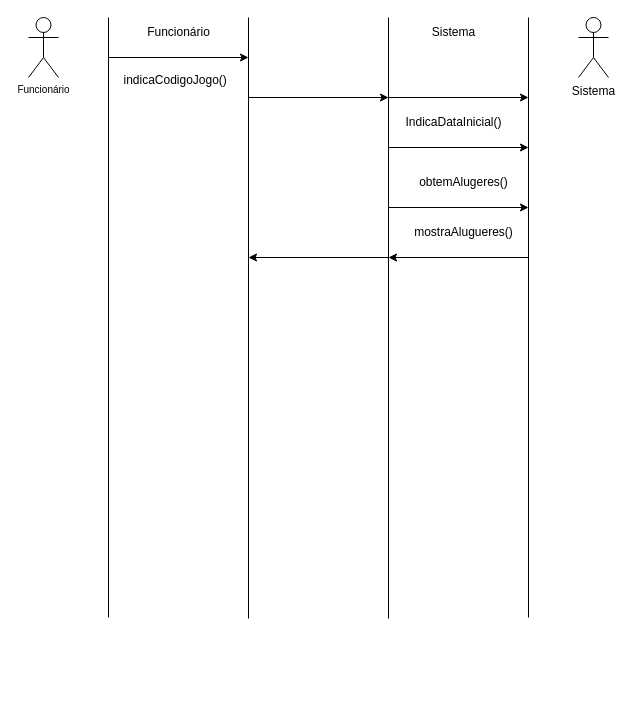
This is ssd5.drawio from luccamarshall/DCO, a draw.io file, before an edit. Source tidied: cells renumbered, new cells numbered last; positions are measured from the earlier drawing's top-left corner, leaving out a move shared by most shapes. Both pictures are drawn from the tidied source at 100%, with x=0, y=0 at pixel (28, 17).
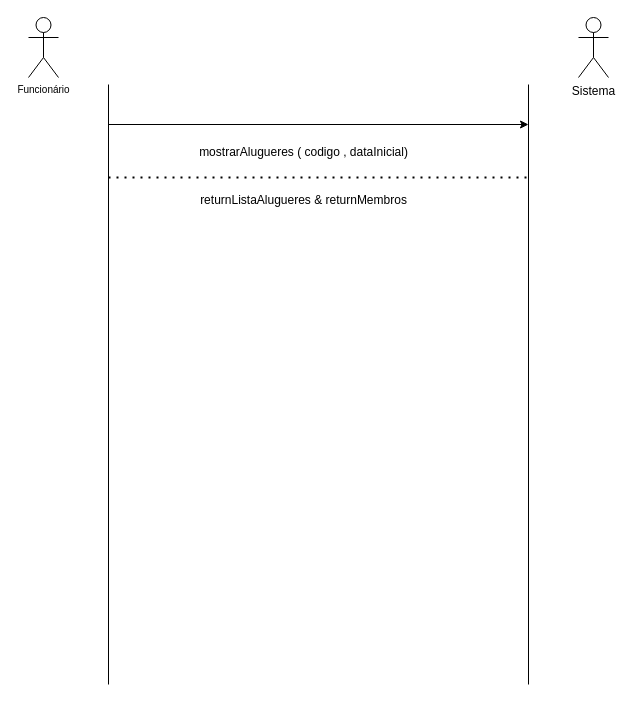
After the change.

Change to the diagram source:
```diff
@@
     <mxCell id="4" style="endArrow=none;html=1;rounded=0;" parent="1" edge="1">
       <mxGeometry relative="1" as="geometry">
-        <mxPoint x="80" y="600" as="sourcePoint" />
-        <mxPoint x="80" as="targetPoint" />
+        <mxPoint x="80" y="667" as="sourcePoint" />
+        <mxPoint x="80" y="67" as="targetPoint" />
       </mxGeometry>
     </mxCell>
-    <mxCell id="5" style="endArrow=none;html=1;rounded=0;" parent="1" edge="1">
-      <mxGeometry relative="1" as="geometry">
-        <mxPoint x="360" y="601" as="sourcePoint" />
-        <mxPoint x="360" as="targetPoint" />
-      </mxGeometry>
-    </mxCell>
-    <mxCell id="6" style="endArrow=none;html=1;rounded=0;" parent="1" edge="1">
-      <mxGeometry relative="1" as="geometry">
-        <mxPoint x="220" y="601" as="sourcePoint" />
-        <mxPoint x="220" as="targetPoint" />
-      </mxGeometry>
-    </mxCell>
     <mxCell id="7" style="endArrow=classic;html=1;rounded=0;" parent="1" edge="1">
       <mxGeometry relative="1" as="geometry">
-        <mxPoint x="80" y="40" as="sourcePoint" />
-        <mxPoint x="220" y="40" as="targetPoint" />
+        <mxPoint x="80" y="107" as="sourcePoint" />
+        <mxPoint x="500" y="107" as="targetPoint" />
       </mxGeometry>
     </mxCell>
-    <mxCell id="8" value="indicaCodigoJogo()&amp;nbsp;&amp;nbsp;" style="text;html=1;align=center;verticalAlign=middle;strokeColor=none;fillColor=none;" parent="1" vertex="1">
-      <mxGeometry x="85" y="48" width="130" height="30" as="geometry" />
-    </mxCell>
-    <mxCell id="9" value="Funcionário" style="text;html=1;align=center;verticalAlign=middle;strokeColor=none;fillColor=none;" parent="1" vertex="1">
-      <mxGeometry x="105" width="90" height="30" as="geometry" />
-    </mxCell>
-    <mxCell id="10" value="Sistema" style="text;html=1;align=center;verticalAlign=middle;strokeColor=none;fillColor=none;" parent="1" vertex="1">
-      <mxGeometry x="390" width="70" height="30" as="geometry" />
-    </mxCell>
-    <mxCell id="11" style="endArrow=classic;html=1;rounded=0;" parent="1" edge="1">
-      <mxGeometry relative="1" as="geometry">
-        <mxPoint x="220" y="80" as="sourcePoint" />
-        <mxPoint x="360" y="80" as="targetPoint" />
-      </mxGeometry>
-    </mxCell>
     <mxCell id="12" style="endArrow=none;html=1;rounded=0;" parent="1" edge="1">
       <mxGeometry relative="1" as="geometry">
-        <mxPoint x="500" y="600" as="sourcePoint" />
-        <mxPoint x="500" as="targetPoint" />
+        <mxPoint x="500" y="667" as="sourcePoint" />
+        <mxPoint x="500" y="67" as="targetPoint" />
       </mxGeometry>
     </mxCell>
-    <mxCell id="13" style="endArrow=classic;html=1;rounded=0;" parent="1" edge="1">
-      <mxGeometry relative="1" as="geometry">
-        <mxPoint x="360" y="80" as="sourcePoint" />
-        <mxPoint x="500" y="80" as="targetPoint" />
-      </mxGeometry>
-    </mxCell>
-    <mxCell id="14" value="IndicaDataInicial()" style="text;html=1;align=center;verticalAlign=middle;strokeColor=none;fillColor=none;" parent="1" vertex="1">
-      <mxGeometry x="365" y="90" width="120" height="30" as="geometry" />
-    </mxCell>
-    <mxCell id="15" style="endArrow=classic;html=1;rounded=0;" parent="1" edge="1">
-      <mxGeometry relative="1" as="geometry">
-        <mxPoint x="360" y="130" as="sourcePoint" />
-        <mxPoint x="500" y="130" as="targetPoint" />
-      </mxGeometry>
-    </mxCell>
-    <mxCell id="16" value="&lt;div style=&quot;text-align: left;&quot;&gt;&lt;span style=&quot;background-color: initial;&quot;&gt;obtemAlugeres()&lt;/span&gt;&lt;/div&gt;" style="text;html=1;align=center;verticalAlign=middle;strokeColor=none;fillColor=none;" parent="1" vertex="1">
-      <mxGeometry x="380" y="150" width="110" height="30" as="geometry" />
-    </mxCell>
-    <mxCell id="17" style="endArrow=classic;html=1;rounded=0;" parent="1" edge="1">
-      <mxGeometry relative="1" as="geometry">
-        <mxPoint x="360" y="190" as="sourcePoint" />
-        <mxPoint x="500" y="190" as="targetPoint" />
-      </mxGeometry>
-    </mxCell>
-    <mxCell id="18" value="mostraAlugueres()" style="text;html=1;align=center;verticalAlign=middle;strokeColor=none;fillColor=none;" parent="1" vertex="1">
-      <mxGeometry x="375" y="200" width="120" height="30" as="geometry" />
-    </mxCell>
-    <mxCell id="19" style="endArrow=classic;html=1;rounded=0;" parent="1" edge="1">
-      <mxGeometry relative="1" as="geometry">
-        <mxPoint x="360" y="240" as="sourcePoint" />
-        <mxPoint x="220" y="240" as="targetPoint" />
-      </mxGeometry>
-    </mxCell>
-    <mxCell id="20" style="endArrow=classic;html=1;rounded=0;" parent="1" edge="1">
-      <mxGeometry relative="1" as="geometry">
-        <mxPoint x="500" y="240" as="sourcePoint" />
-        <mxPoint x="360" y="240" as="targetPoint" />
-      </mxGeometry>
-    </mxCell>
+    <mxCell id="21" value="mostrarAlugueres ( codigo , dataInicial)" style="text;html=1;align=center;verticalAlign=middle;strokeColor=none;fillColor=none;" parent="1" vertex="1">
+      <mxGeometry x="160" y="120" width="230" height="30" as="geometry" />
+    </mxCell>
+    <mxCell id="22" style="endArrow=none;dashed=1;html=1;dashPattern=1 3;strokeWidth=2;rounded=0;" parent="1" edge="1">
+      <mxGeometry relative="1" as="geometry">
+        <mxPoint x="80" y="160" as="sourcePoint" />
+        <mxPoint x="500" y="160" as="targetPoint" />
+      </mxGeometry>
+    </mxCell>
+    <mxCell id="23" value="returnListaAlugueres &amp;amp; returnMembros" style="text;html=1;align=center;verticalAlign=middle;strokeColor=none;fillColor=none;" parent="1" vertex="1">
+      <mxGeometry x="160" y="168" width="230" height="30" as="geometry" />
+    </mxCell>
```
